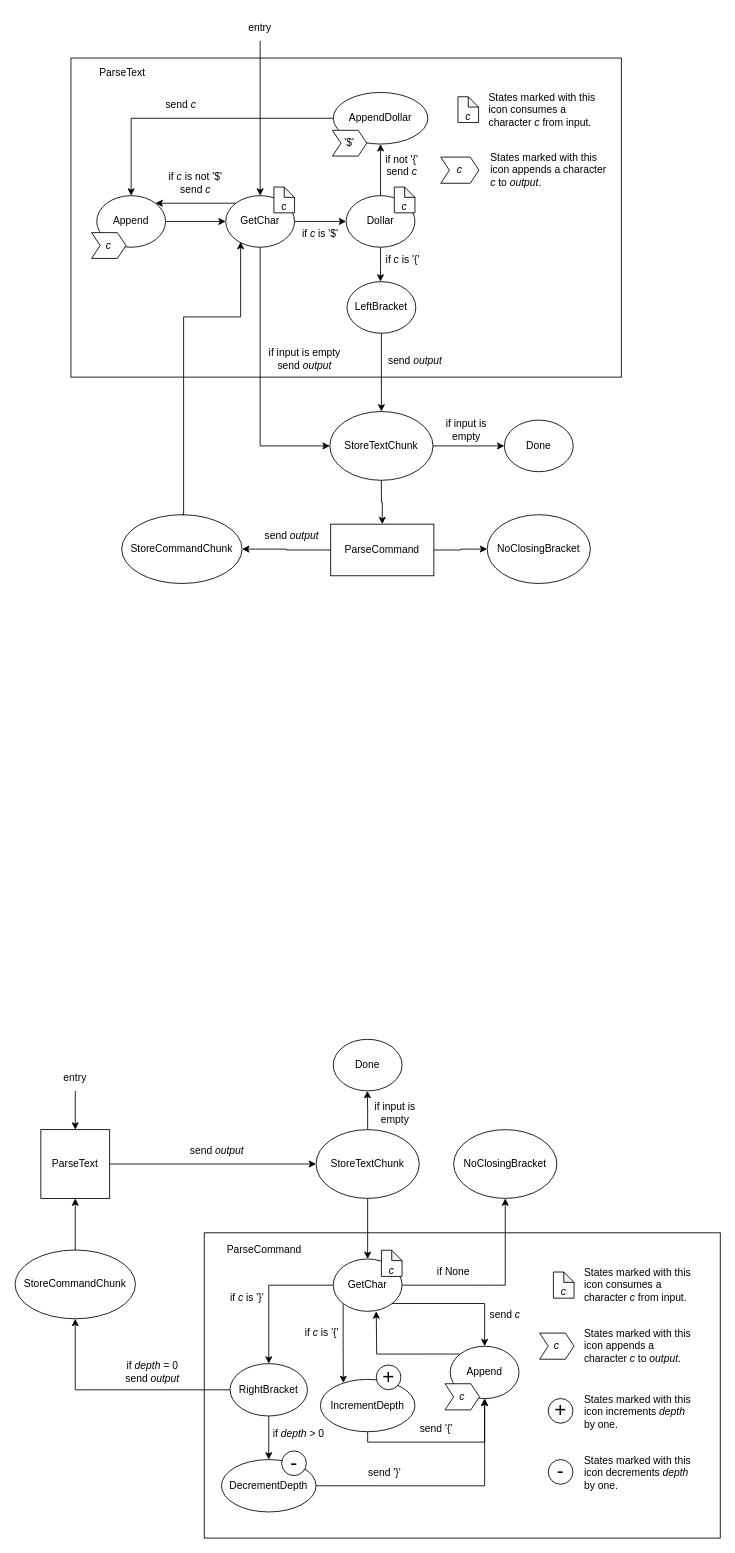
Earlier version of the draw.io diagram prepro.drawio (felixnaredi/prepro). Source tidied: cells renumbered, new cells numbered last; positions are measured from the earlier drawing's top-left corner, leaving out a move shared by most shapes. Both pictures are drawn from the tidied source at 86%, with x=0, y=0 at pixel (15, 15).
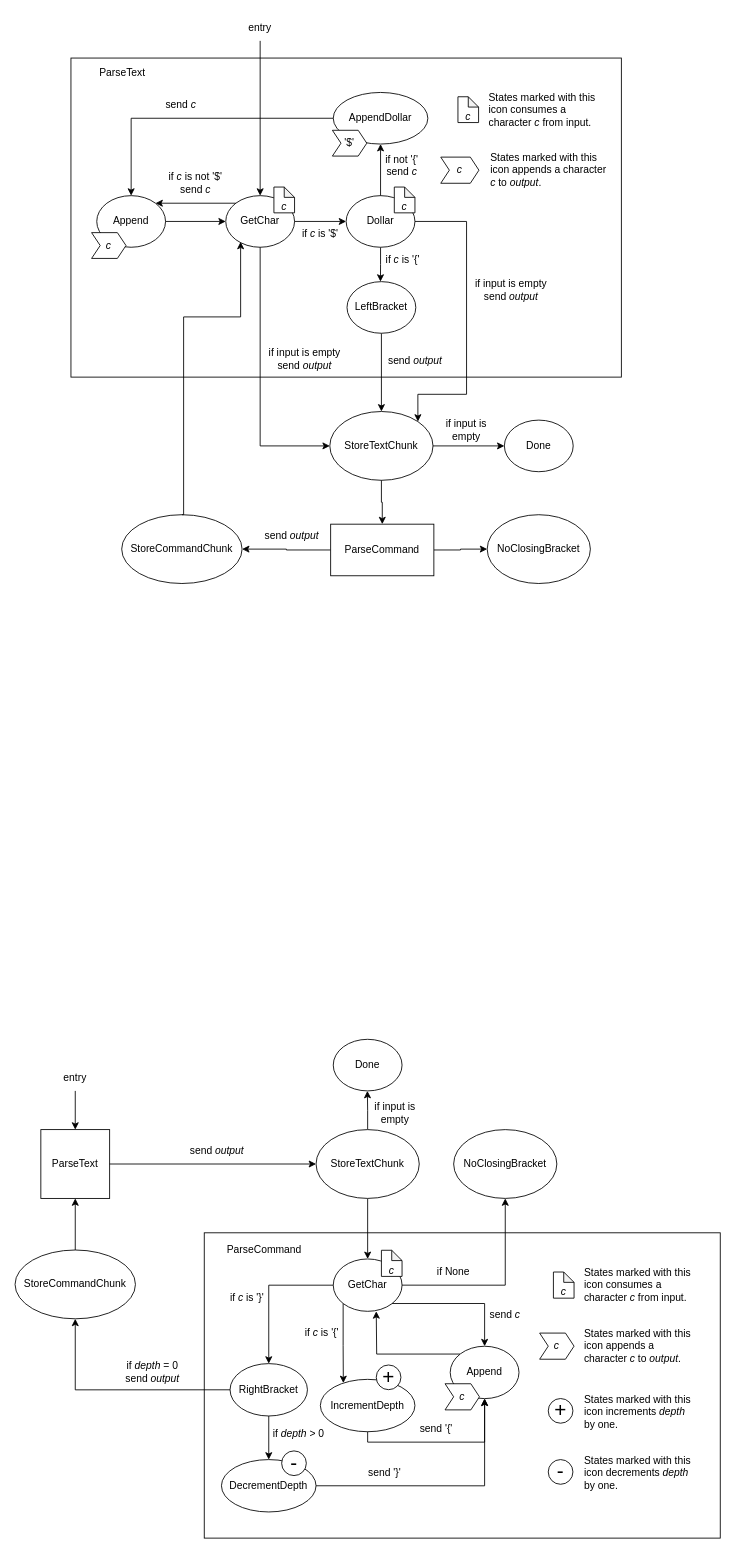
The same page after the edit.

Unchanged cells that the change refers to:
```xml
<mxCell id="54" style="group;" parent="1" vertex="1">
  <mxGeometry x="65" width="640" height="661" as="geometry" />
</mxCell>
<mxCell id="56" value="StoreTextChunk" style="ellipse;whiteSpace=wrap;html=1;" parent="54" vertex="1">
  <mxGeometry x="301" y="461" width="120" height="80" as="geometry" />
</mxCell>
<mxCell id="81" value="&lt;div&gt;Dollar&lt;/div&gt;" style="ellipse;whiteSpace=wrap;html=1;" parent="79" vertex="1">
  <mxGeometry y="10" width="80" height="60" as="geometry" />
</mxCell>
```

Change to the diagram source:
```diff
@@
+    <mxCell id="105" style="edgeStyle=orthogonalEdgeStyle;rounded=0;jettySize=auto;html=1;entryX=1;entryY=0;entryDx=0;entryDy=0;" parent="54" edge="1" source="81" target="56">
+      <mxGeometry relative="1" as="geometry">
+        <Array as="points">
+          <mxPoint x="460" y="240" />
+          <mxPoint x="460" y="441" />
+          <mxPoint x="403" y="441" />
+        </Array>
+      </mxGeometry>
+    </mxCell>
+    <mxCell id="106" value="&lt;div&gt;if input is empty&lt;/div&gt;send &lt;i&gt;output&lt;/i&gt;" style="text;html=1;strokeColor=none;fillColor=none;align=center;verticalAlign=middle;whiteSpace=wrap;rounded=0;" parent="54" vertex="1">
+      <mxGeometry x="460" y="300" width="104" height="40" as="geometry" />
+    </mxCell>
```
